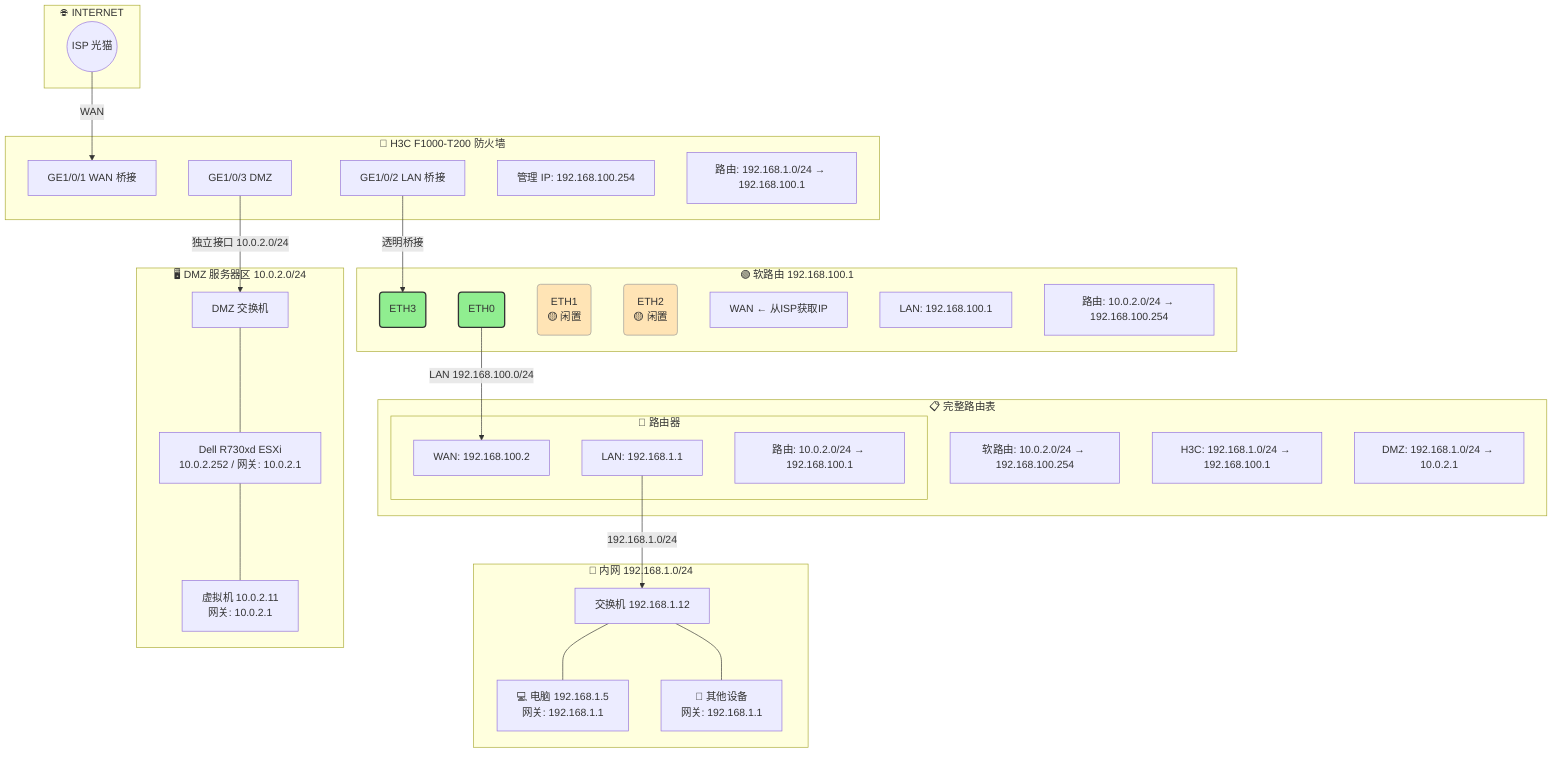
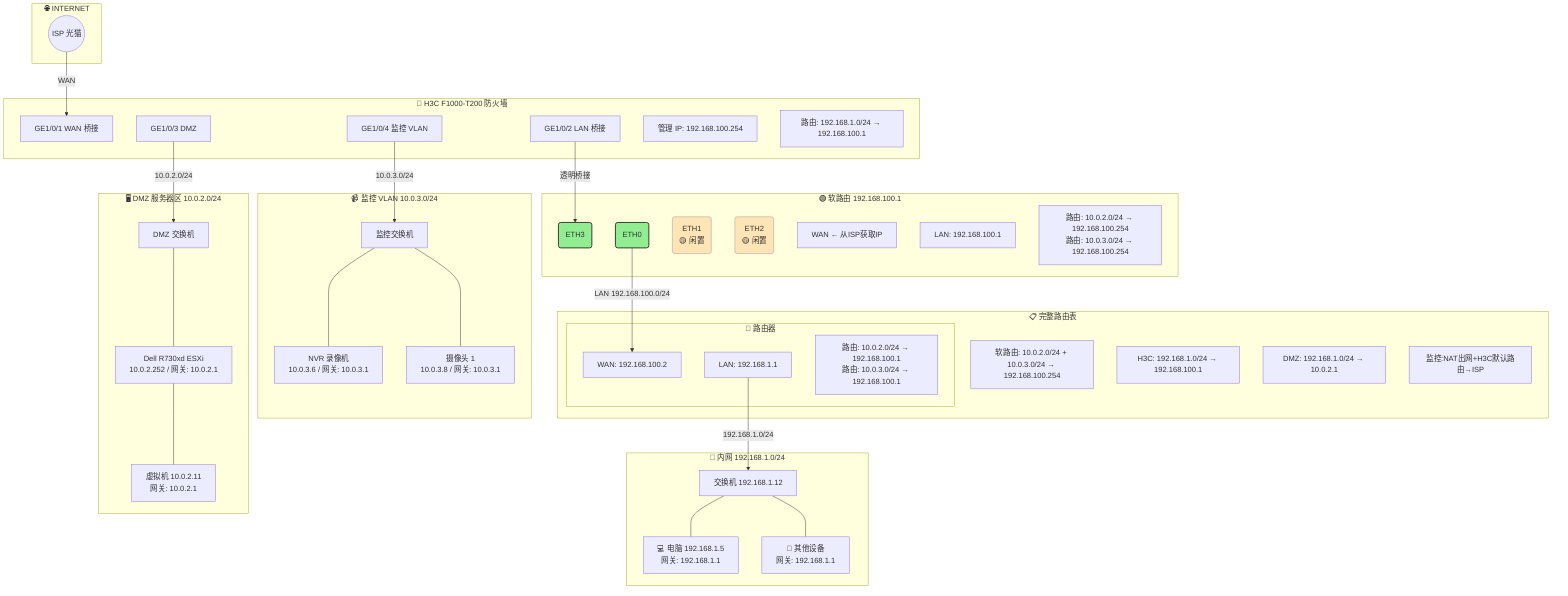
graph TB
    subgraph INTERNET["🌐 INTERNET"]
        ISP(("ISP 光猫"))
    end

    subgraph FW["🔴 H3C F1000-T200 防火墙"]
        GE1["GE1/0/1 WAN 桥接"]
        GE2["GE1/0/2 LAN 桥接"]
        GE3["GE1/0/3 DMZ"]
+         GE4["GE1/0/4 监控 VLAN"]
        MGMT["管理 IP: 192.168.100.254"]
        FW_R["路由: 192.168.1.0/24 → 192.168.100.1"]
    end

    subgraph SR["🟢 软路由 192.168.100.1"]
        ETH3("ETH3"):::port
        ETH0("ETH0"):::port
        ETH1("ETH1<br/>🟡 闲置"):::port_idle
        ETH2("ETH2<br/>🟡 闲置"):::port_idle
        SR_WAN["WAN ← 从ISP获取IP"]
        SR_LAN["LAN: 192.168.100.1"]
-         SR_R["路由: 10.0.2.0/24 → 192.168.100.254"]
+         SR_R["路由: 10.0.2.0/24 → 192.168.100.254<br/>路由: 10.0.3.0/24 → 192.168.100.254"]
    end

    subgraph R2["🔵 路由器"]
        R2_WAN["WAN: 192.168.100.2"]
        R2_LAN["LAN: 192.168.1.1"]
-         R2_R["路由: 10.0.2.0/24 → 192.168.100.1"]
+         R2_R["路由: 10.0.2.0/24 → 192.168.100.1<br/>路由: 10.0.3.0/24 → 192.168.100.1"]
    end

    subgraph LAN["📡 内网 192.168.1.0/24"]
        SW["交换机 192.168.1.12"]
        PC["💻 电脑 192.168.1.5<br/>网关: 192.168.1.1"]
        OTHER["📱 其他设备<br/>网关: 192.168.1.1"]
    end

    subgraph DMZ["🖥️ DMZ 服务器区 10.0.2.0/24"]
        DMZ_SW["DMZ 交换机"]
        R730xd["Dell R730xd ESXi<br/>10.0.2.252 / 网关: 10.0.2.1"]
        VM["虚拟机 10.0.2.11<br/>网关: 10.0.2.1"]
    end

+     subgraph SUR["📹 监控 VLAN 10.0.3.0/24"]
+         SUR_SW["监控交换机"]
+         NVR["NVR 录像机<br/>10.0.3.6 / 网关: 10.0.3.1"]
+         CAM["摄像头 1<br/>10.0.3.8 / 网关: 10.0.3.1"]
+     end
+ 
    ISP -->|"WAN"| GE1
    GE2 -->|"透明桥接"| ETH3
    ETH0 -->|"LAN 192.168.100.0/24"| R2_WAN
    R2_LAN -->|"192.168.1.0/24"| SW
    SW --- PC
    SW --- OTHER
-     GE3 -->|"独立接口 10.0.2.0/24"| DMZ_SW
+     GE3 -->|"10.0.2.0/24"| DMZ_SW
    DMZ_SW --- R730xd
    R730xd --- VM
+     GE4 -->|"10.0.3.0/24"| SUR_SW
+     SUR_SW --- NVR
+     SUR_SW --- CAM

    subgraph ROUTES["📋 完整路由表"]
-         R1["软路由: 10.0.2.0/24 → 192.168.100.254"]
-         R2["路由器: 10.0.2.0/24 → 192.168.100.1"]
+         R1["软路由: 10.0.2.0/24 + 10.0.3.0/24 → 192.168.100.254"]
+         R2["路由器: 10.0.2.0/24 + 10.0.3.0/24 → 192.168.100.1"]
        R3["H3C: 192.168.1.0/24 → 192.168.100.1"]
        R4["DMZ: 192.168.1.0/24 → 10.0.2.1"]
+         R5["监控:NAT出网+H3C默认路由→ISP"]
    end

    classDef port fill:#90EE90,stroke:#333,stroke-width:2
    classDef port_idle fill:#FFE4B5,stroke:#999,stroke-width:1,dashed